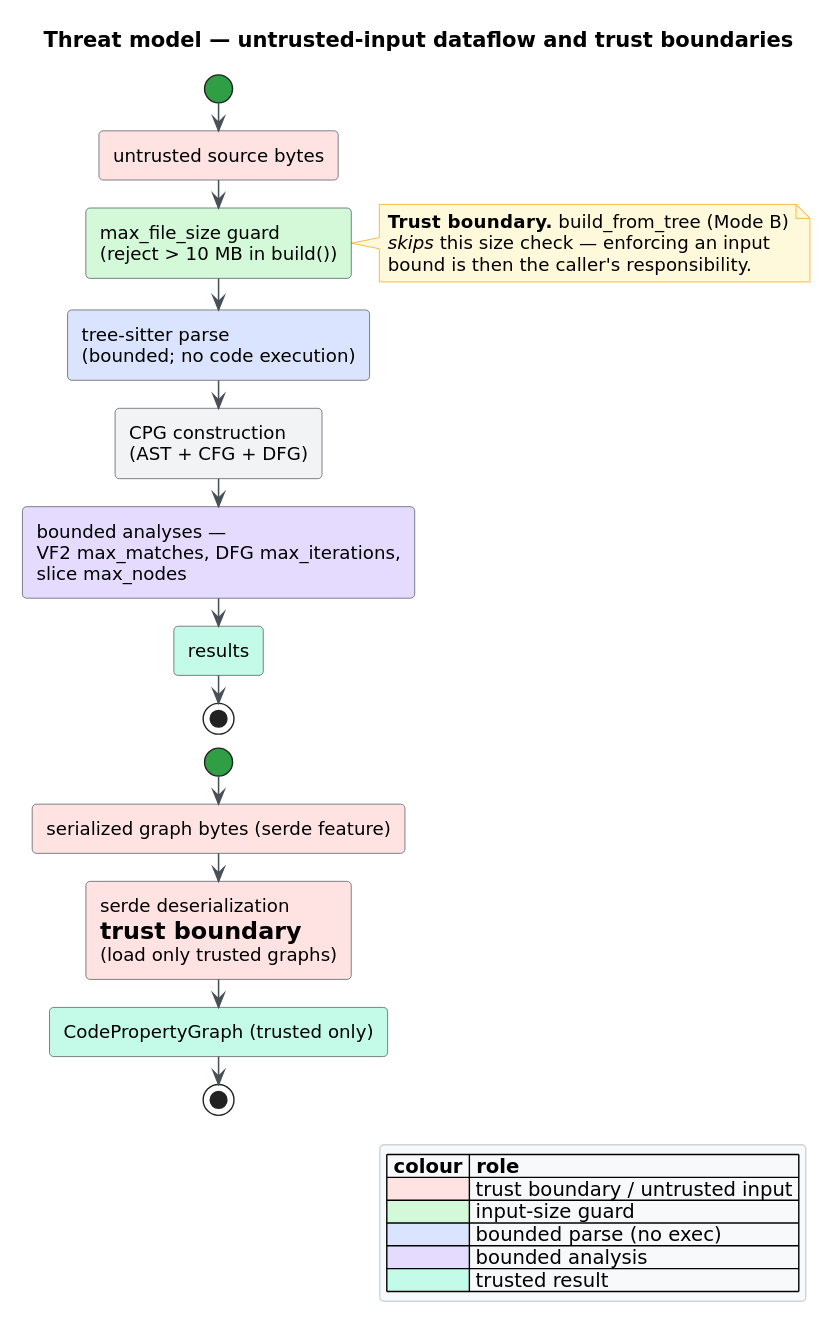
Earlier version of the PlantUML export docs/diagrams/threat-model-dataflow.svg (vinary-tree/libcpg). Its source is kept beside it as docs/diagrams/threat-model-dataflow.puml. Its diagram source:
```plantuml
@startuml
!include _libcpg-theme.iuml
title Threat model — untrusted-input dataflow and trust boundaries

start
:untrusted source bytes;<<#FFE3E3>>
:max_file_size guard
(reject > 10 MB in build());<<#D3F9D8>>
note right
  <b>Trust boundary.</b> build_from_tree (Mode B)
  <i>skips</i> this size check — enforcing an input
  bound is then the caller's responsibility.
end note
:tree-sitter parse
(bounded; no code execution);<<#DBE4FF>>
:CPG construction
(AST + CFG + DFG);<<#F1F3F5>>
:bounded analyses —
VF2 max_matches, DFG max_iterations,
slice max_nodes;<<#E5DBFF>>
:results;<<#C3FAE8>>
stop

start
:serialized graph bytes (serde feature);<<#FFE3E3>>
:serde deserialization
= trust boundary
(load only trusted graphs);<<#FFE3E3>>
:CodePropertyGraph (trusted only);<<#C3FAE8>>
stop

legend right
  |= colour |= role |
  |<#FFE3E3>| trust boundary / untrusted input |
  |<#D3F9D8>| input-size guard |
  |<#DBE4FF>| bounded parse (no exec) |
  |<#E5DBFF>| bounded analysis |
  |<#C3FAE8>| trusted result |
endlegend
@enduml
```
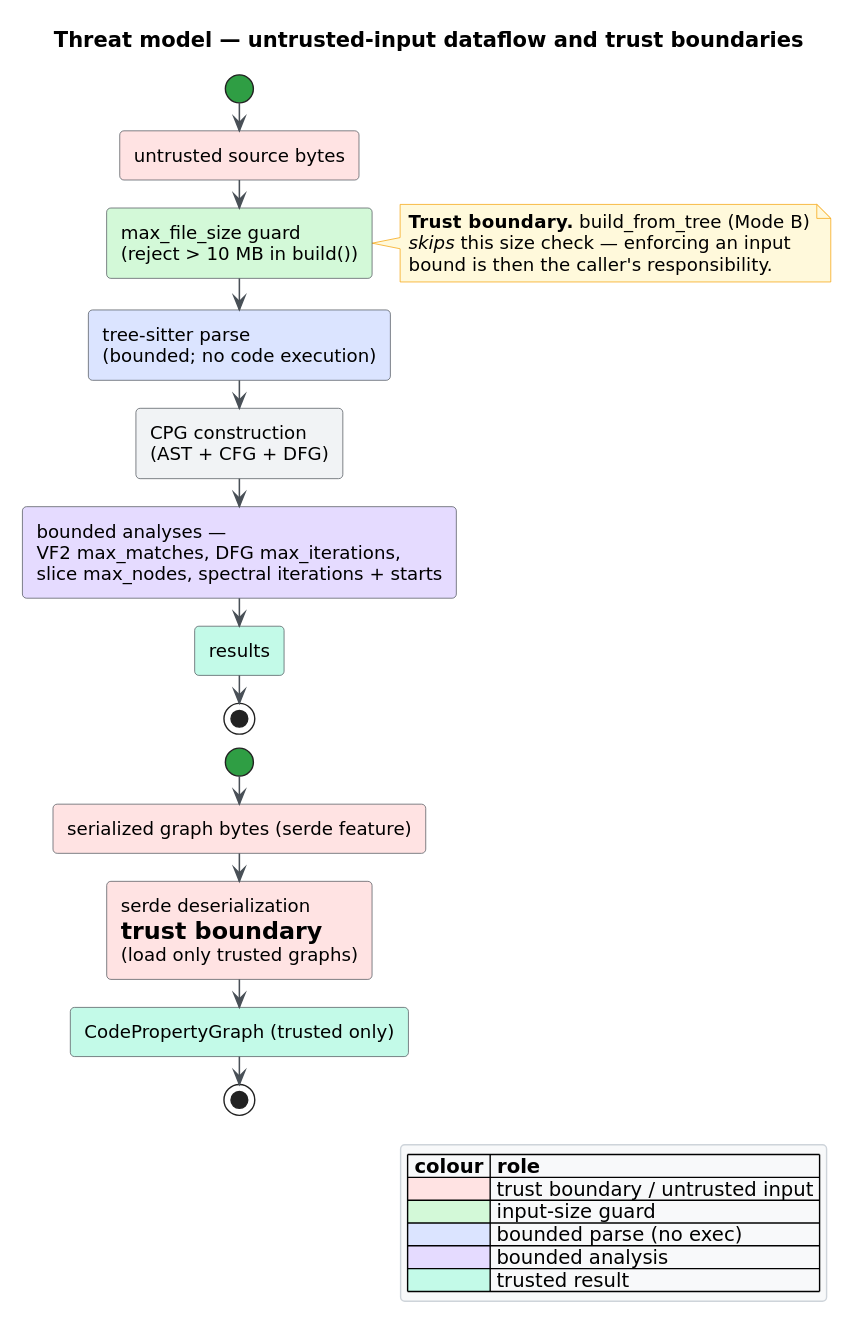
Above is the later version.

Diff of the diagram source:
```diff
@@ -17,7 +17,7 @@
 (AST + CFG + DFG);<<#F1F3F5>>
 :bounded analyses —
 VF2 max_matches, DFG max_iterations,
-slice max_nodes;<<#E5DBFF>>
+slice max_nodes, spectral iterations + starts;<<#E5DBFF>>
 :results;<<#C3FAE8>>
 stop
 
```
